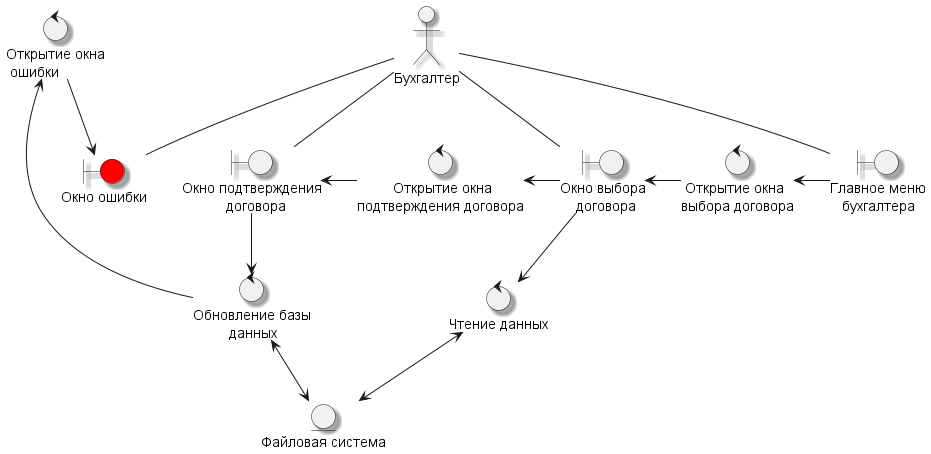
The PlantUML diagram out/Resource/Диаграммы пригодности/Подтверждение договора (Бухгалтер).png in MiFit1/OSOGO, before a commit.
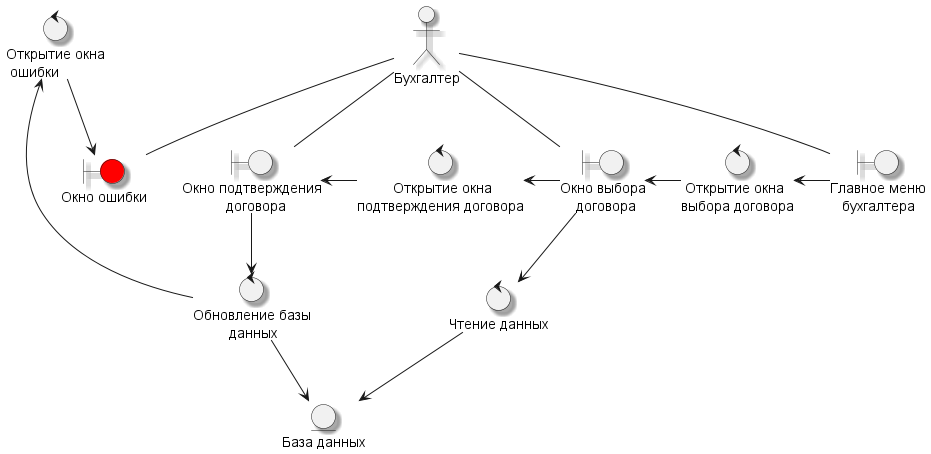
Later version of the same file.

What changed in the source:
```diff
@@ -11,17 +11,17 @@
 control "         Открытие окна\nподтверждения договора" as accessContractWindowControl
 control "Обновление базы\n         данных" as updateDatabase
 control "Чтение данных" as readData
-entity "Файловая система" as fs
+entity "База данных" as fs
 
 accountant -u- mainMenuAc
 mainMenuAc -l-> contractWindowControl
 contractWindowControl -l-> contractWindow
 contractWindow -l-> accessContractWindowControl
 contractWindow --> readData
-readData <--> fs
+readData --> fs
 accessContractWindowControl -l-> accessContractWindow
 accessContractWindow --> updateDatabase
-updateDatabase <--> fs
+updateDatabase --> fs
 updateDatabase -u-> errorWindowControl
 errorWindowControl --> errorWindow
 
```
